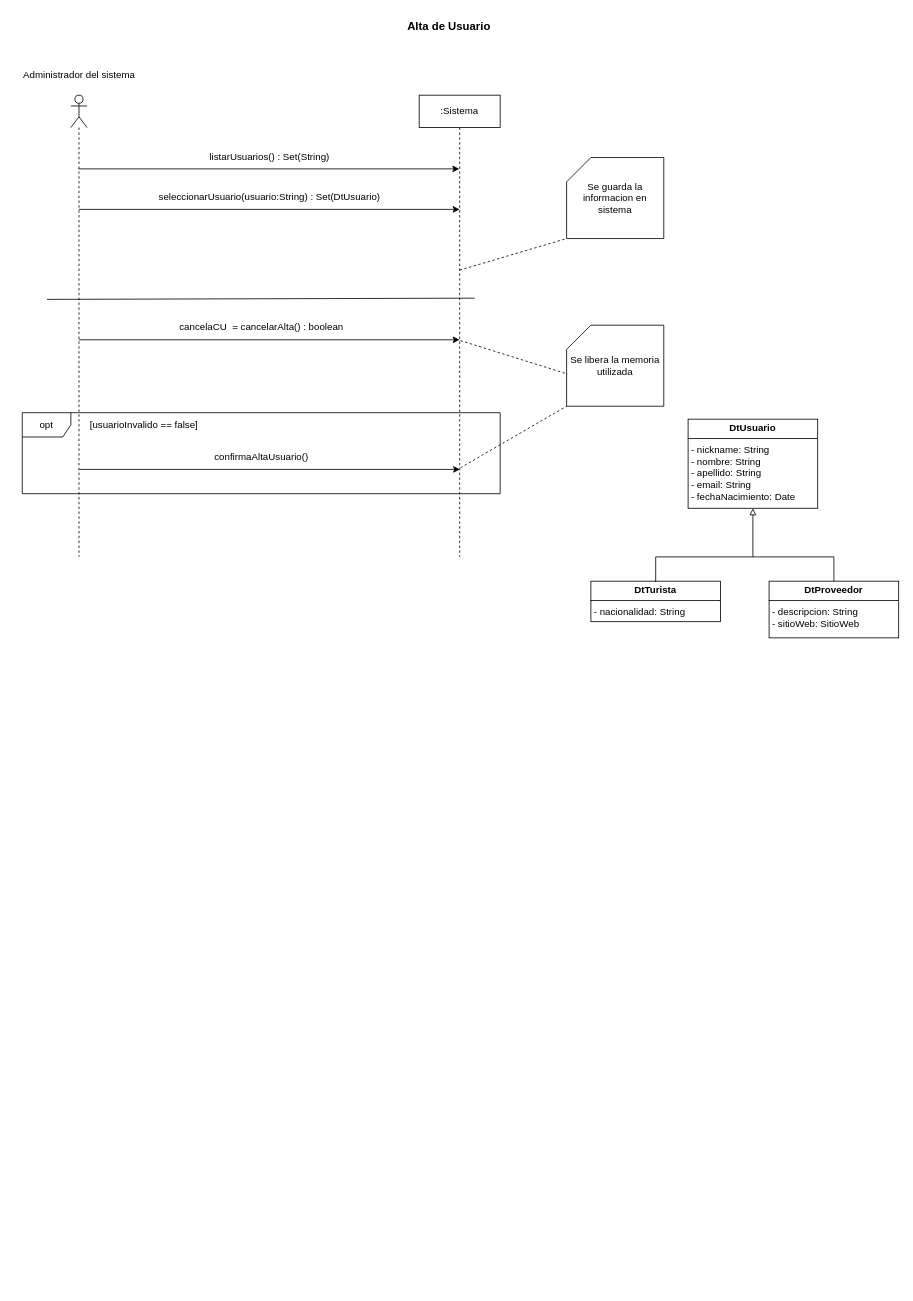
Above: page "CU2_ConsultaUsuario" (3 of 5) of resources/Tarea1.drawio in rofernandezm/Tencnoinf_Pap2025_Tarea1 (draw.io), before the change. Source tidied: cells renumbered, new cells numbered last; positions are measured from the earlier drawing's top-left corner, leaving out a move shared by most shapes. Both pictures are drawn from the tidied source at 81%, with x=0, y=0 at pixel (14, 14).
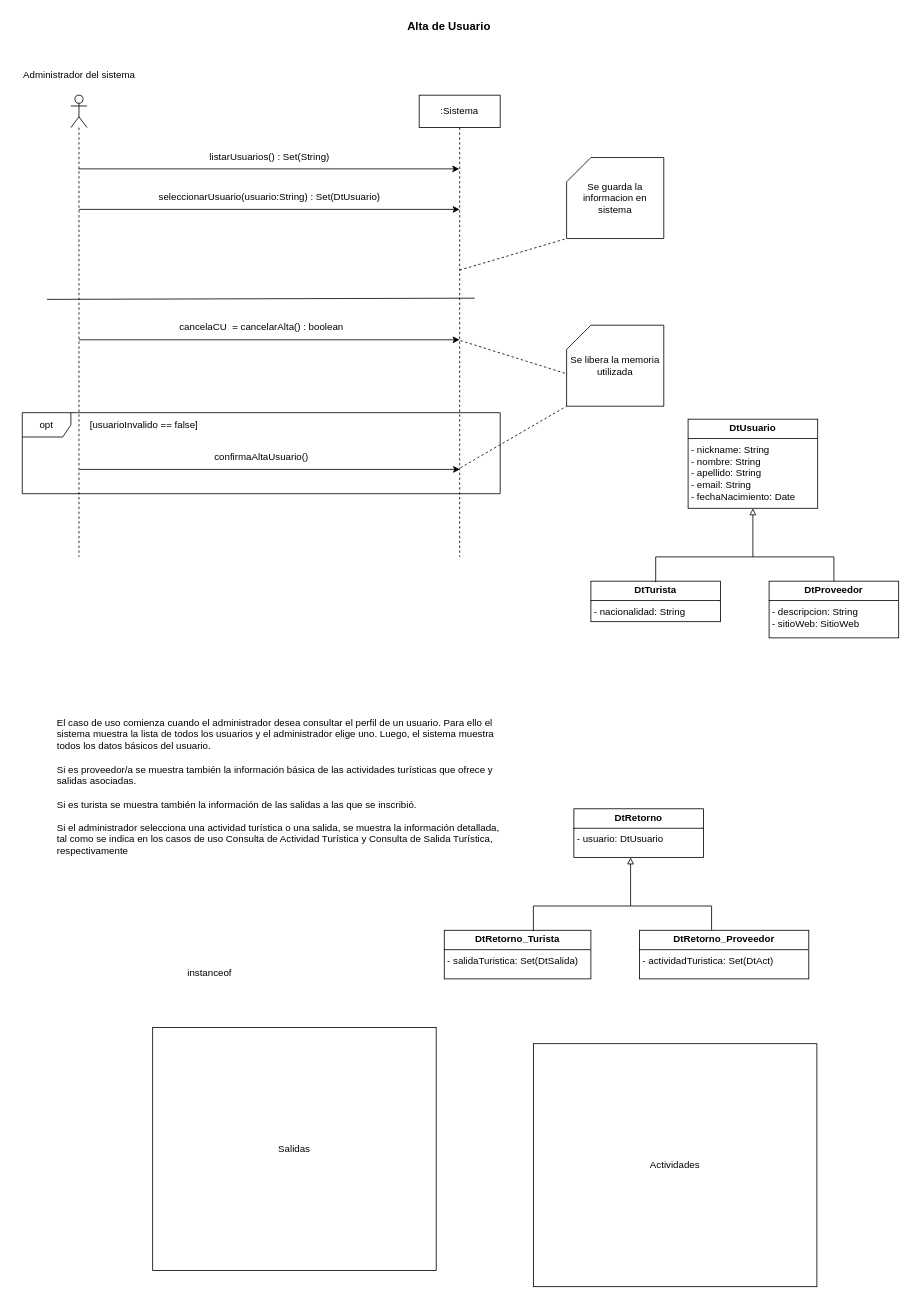
The same diagram, later.

Commit message:
Modificacion CU2_Ejemplo retorno.drawio

Change to the diagram source:
```diff
@@
+    <mxCell id="27" value="El caso de uso comienza cuando el administrador desea consultar el perfil de un usuario. Para ello el sistema muestra la lista de todos los usuarios y el administrador elige uno. Luego, el sistema muestra todos los datos básicos del usuario. &#10;&#10;Si es proveedor/a se muestra también la información básica de las actividades turísticas que ofrece y salidas asociadas.&#10;&#10;Si es turista se muestra también la información de las salidas a las que se inscribió.&#10;&#10;Si el administrador selecciona una actividad turística o una salida, se muestra la información detallada, tal como se indica en los casos de uso Consulta de Actividad Turística y Consulta de Salida Turística, respectivamente" style="text;whiteSpace=wrap;" parent="1" vertex="1">
+      <mxGeometry x="51" y="861" width="560" height="190" as="geometry" />
+    </mxCell>
+    <mxCell id="28" value="&lt;p style=&quot;margin:0px;margin-top:4px;text-align:center;&quot;&gt;&lt;b&gt;DtRetorno&lt;/b&gt;&lt;/p&gt;&lt;hr size=&quot;1&quot; style=&quot;border-style:solid;&quot;&gt;&lt;p style=&quot;margin:0px;margin-left:4px;&quot;&gt;- usuario: DtUsuario&lt;/p&gt;" style="verticalAlign=top;align=left;overflow=fill;html=1;whiteSpace=wrap;" parent="1" vertex="1">
+      <mxGeometry x="691" y="981" width="160" height="60" as="geometry" />
+    </mxCell>
+    <mxCell id="29" value="&lt;p style=&quot;margin:0px;margin-top:4px;text-align:center;&quot;&gt;&lt;b&gt;DtRetorno_Turista&lt;/b&gt;&lt;/p&gt;&lt;hr size=&quot;1&quot; style=&quot;border-style:solid;&quot;&gt;&lt;p style=&quot;margin:0px;margin-left:4px;&quot;&gt;- salida&lt;span style=&quot;background-color: transparent; color: light-dark(rgb(0, 0, 0), rgb(255, 255, 255));&quot;&gt;Turistica: Set(DtSalida)&lt;/span&gt;&lt;/p&gt;" style="verticalAlign=top;align=left;overflow=fill;html=1;whiteSpace=wrap;" parent="1" vertex="1">
+      <mxGeometry x="531" y="1131" width="181" height="60" as="geometry" />
+    </mxCell>
+    <mxCell id="30" value="&lt;p style=&quot;margin:0px;margin-top:4px;text-align:center;&quot;&gt;&lt;b&gt;DtRetorno_Proveedor&lt;/b&gt;&lt;/p&gt;&lt;hr size=&quot;1&quot; style=&quot;border-style:solid;&quot;&gt;&lt;p style=&quot;margin:0px;margin-left:4px;&quot;&gt;- actividadTuristica: Set(DtAct)&lt;/p&gt;" style="verticalAlign=top;align=left;overflow=fill;html=1;whiteSpace=wrap;" parent="1" vertex="1">
+      <mxGeometry x="772" y="1131" width="209" height="60" as="geometry" />
+    </mxCell>
+    <mxCell id="31" style="endArrow=none;html=1;rounded=0;entryX=0.5;entryY=0;entryDx=0;entryDy=0;" parent="1" edge="1">
+      <mxGeometry relative="1" as="geometry">
+        <mxPoint x="641" y="1132" as="sourcePoint" />
+        <mxPoint x="861" y="1131" as="targetPoint" />
+        <Array as="points">
+          <mxPoint x="641" y="1101" />
+          <mxPoint x="861" y="1101" />
+        </Array>
+      </mxGeometry>
+    </mxCell>
+    <mxCell id="32" style="endArrow=block;html=1;rounded=0;entryX=0.5;entryY=1;entryDx=0;entryDy=0;endFill=0;" parent="1" edge="1">
+      <mxGeometry relative="1" as="geometry">
+        <mxPoint x="761" y="1101" as="sourcePoint" />
+        <mxPoint x="761" y="1041" as="targetPoint" />
+      </mxGeometry>
+    </mxCell>
+    <mxCell id="33" value="instanceof" style="text;html=1;align=center;verticalAlign=middle;strokeColor=none;fillColor=none;" parent="1" vertex="1">
+      <mxGeometry x="201" y="1169" width="80" height="30" as="geometry" />
+    </mxCell>
+    <mxCell id="34" value="Actividades" style="rounded=0;whiteSpace=wrap;html=1;" parent="1" vertex="1">
+      <mxGeometry x="641" y="1271" width="350" height="300" as="geometry" />
+    </mxCell>
+    <mxCell id="35" value="Salidas" style="rounded=0;whiteSpace=wrap;html=1;" parent="1" vertex="1">
+      <mxGeometry x="171" y="1251" width="350" height="300" as="geometry" />
+    </mxCell>
```
